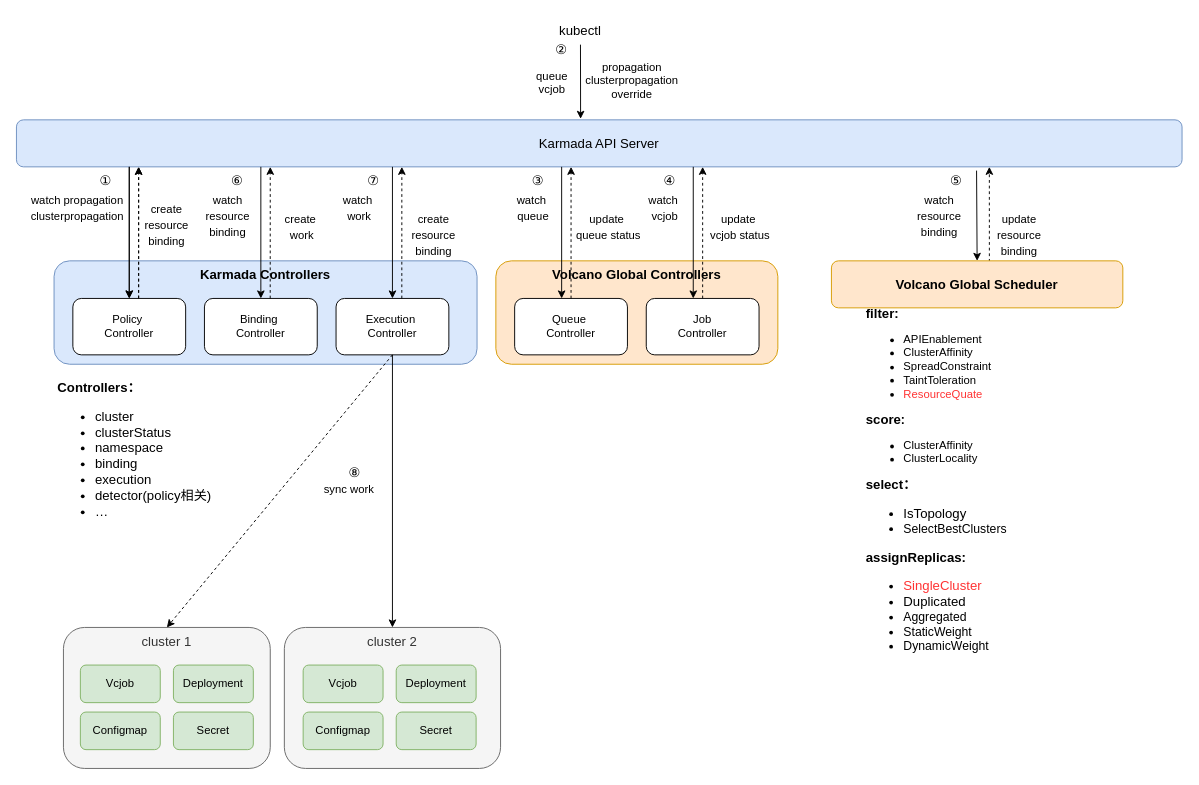
The draw.io diagram page "Volcano-global-queue" (4 of 4) of Volcano-global.drawio in wangyang0616/diagrams, before the edit. Source tidied: cells renumbered, new cells numbered last; positions are measured from the earlier drawing's top-left corner, leaving out a move shared by most shapes. Both pictures are drawn from the tidied source at 94%, with x=0, y=0 at pixel (16, 16).
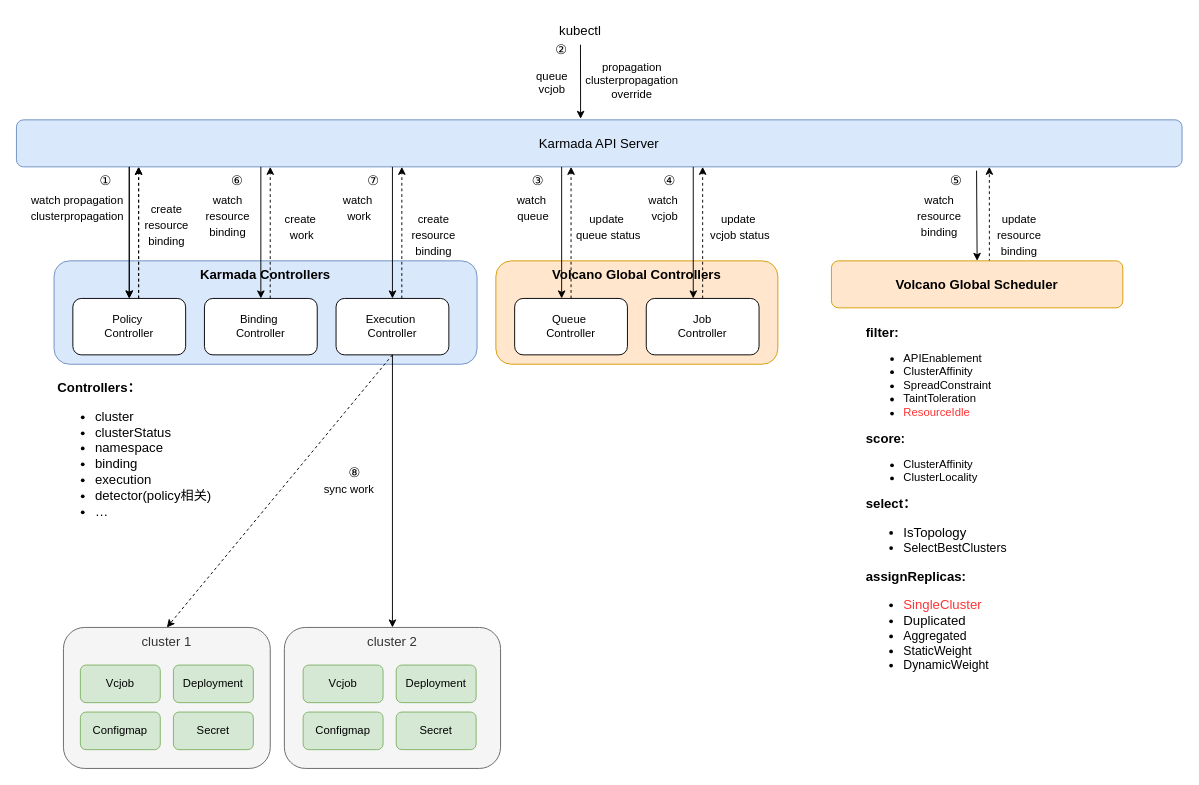
Above is the later version.

Diff of the diagram source:
```diff
@@
-    <mxCell id="36" value="&lt;div style=&quot;font-size: 14px;&quot;&gt;&lt;b style=&quot;&quot;&gt;&lt;font style=&quot;font-size: 14px;&quot;&gt;filter:&lt;/font&gt;&lt;/b&gt;&lt;/div&gt;&lt;div style=&quot;&quot;&gt;&lt;ul style=&quot;&quot;&gt;&lt;li&gt;APIEnablement&lt;/li&gt;&lt;li style=&quot;&quot;&gt;ClusterAffinity&lt;/li&gt;&lt;li style=&quot;&quot;&gt;SpreadConstraint&lt;/li&gt;&lt;li style=&quot;&quot;&gt;TaintToleration&lt;/li&gt;&lt;li style=&quot;&quot;&gt;&lt;font color=&quot;#ff3333&quot;&gt;ResourceQuate&lt;/font&gt;&lt;/li&gt;&lt;/ul&gt;&lt;/div&gt;&lt;div&gt;&lt;b style=&quot;&quot;&gt;&lt;font style=&quot;font-size: 14px;&quot;&gt;score&lt;/font&gt;&lt;span style=&quot;font-size: 13px;&quot;&gt;:&lt;/span&gt;&lt;/b&gt;&lt;/div&gt;&lt;div&gt;&lt;ul&gt;&lt;li&gt;ClusterAffinity&lt;/li&gt;&lt;li&gt;ClusterLocality&lt;/li&gt;&lt;/ul&gt;&lt;/div&gt;&lt;div style=&quot;font-size: 14px;&quot;&gt;&lt;b style=&quot;&quot;&gt;&lt;font style=&quot;font-size: 14px;&quot;&gt;select：&lt;/font&gt;&lt;/b&gt;&lt;/div&gt;&lt;div style=&quot;font-size: 14px;&quot;&gt;&lt;ul style=&quot;&quot;&gt;&lt;li&gt;IsTopology&lt;/li&gt;&lt;li style=&quot;font-size: 13px;&quot;&gt;SelectBestClusters&lt;/li&gt;&lt;/ul&gt;&lt;/div&gt;&lt;div style=&quot;font-size: 14px;&quot;&gt;&lt;b style=&quot;&quot;&gt;&lt;font style=&quot;font-size: 14px;&quot;&gt;assignReplicas:&lt;/font&gt;&lt;/b&gt;&lt;/div&gt;&lt;div style=&quot;font-size: 14px;&quot;&gt;&lt;ul style=&quot;&quot;&gt;&lt;li&gt;&lt;font color=&quot;#ff3333&quot;&gt;SingleCluster&lt;/font&gt;&lt;/li&gt;&lt;li&gt;Duplicated&lt;/li&gt;&lt;li style=&quot;font-size: 13px;&quot;&gt;Aggregated&lt;/li&gt;&lt;li style=&quot;font-size: 13px;&quot;&gt;StaticWeight&lt;/li&gt;&lt;li style=&quot;font-size: 13px;&quot;&gt;DynamicWeight&lt;/li&gt;&lt;/ul&gt;&lt;/div&gt;" style="text;html=1;strokeColor=none;fillColor=none;align=left;verticalAlign=middle;whiteSpace=wrap;rounded=0;fontSize=12;" parent="1" vertex="1">
-      <mxGeometry x="902" y="320" width="240" height="360" as="geometry" />
+    <mxCell id="36" value="&lt;div style=&quot;font-size: 14px;&quot;&gt;&lt;b style=&quot;&quot;&gt;&lt;font style=&quot;font-size: 14px;&quot;&gt;filter:&lt;/font&gt;&lt;/b&gt;&lt;/div&gt;&lt;div style=&quot;&quot;&gt;&lt;ul style=&quot;&quot;&gt;&lt;li&gt;APIEnablement&lt;/li&gt;&lt;li style=&quot;&quot;&gt;ClusterAffinity&lt;/li&gt;&lt;li style=&quot;&quot;&gt;SpreadConstraint&lt;/li&gt;&lt;li style=&quot;&quot;&gt;TaintToleration&lt;/li&gt;&lt;li style=&quot;&quot;&gt;&lt;font color=&quot;#ff3333&quot;&gt;ResourceIdle&lt;/font&gt;&lt;/li&gt;&lt;/ul&gt;&lt;/div&gt;&lt;div&gt;&lt;b style=&quot;&quot;&gt;&lt;font style=&quot;font-size: 14px;&quot;&gt;score&lt;/font&gt;&lt;span style=&quot;font-size: 13px;&quot;&gt;:&lt;/span&gt;&lt;/b&gt;&lt;/div&gt;&lt;div&gt;&lt;ul&gt;&lt;li&gt;ClusterAffinity&lt;/li&gt;&lt;li&gt;ClusterLocality&lt;/li&gt;&lt;/ul&gt;&lt;/div&gt;&lt;div style=&quot;font-size: 14px;&quot;&gt;&lt;b style=&quot;&quot;&gt;&lt;font style=&quot;font-size: 14px;&quot;&gt;select：&lt;/font&gt;&lt;/b&gt;&lt;/div&gt;&lt;div style=&quot;font-size: 14px;&quot;&gt;&lt;ul style=&quot;&quot;&gt;&lt;li&gt;IsTopology&lt;/li&gt;&lt;li style=&quot;font-size: 13px;&quot;&gt;SelectBestClusters&lt;/li&gt;&lt;/ul&gt;&lt;/div&gt;&lt;div style=&quot;font-size: 14px;&quot;&gt;&lt;b style=&quot;&quot;&gt;&lt;font style=&quot;font-size: 14px;&quot;&gt;assignReplicas:&lt;/font&gt;&lt;/b&gt;&lt;/div&gt;&lt;div style=&quot;font-size: 14px;&quot;&gt;&lt;ul style=&quot;&quot;&gt;&lt;li&gt;&lt;font color=&quot;#ff3333&quot;&gt;SingleCluster&lt;/font&gt;&lt;/li&gt;&lt;li&gt;Duplicated&lt;/li&gt;&lt;li style=&quot;font-size: 13px;&quot;&gt;Aggregated&lt;/li&gt;&lt;li style=&quot;font-size: 13px;&quot;&gt;StaticWeight&lt;/li&gt;&lt;li style=&quot;font-size: 13px;&quot;&gt;DynamicWeight&lt;/li&gt;&lt;/ul&gt;&lt;/div&gt;" style="text;html=1;strokeColor=none;fillColor=none;align=left;verticalAlign=middle;whiteSpace=wrap;rounded=0;fontSize=12;" parent="1" vertex="1">
+      <mxGeometry x="902" y="340" width="240" height="360" as="geometry" />
     </mxCell>
```
